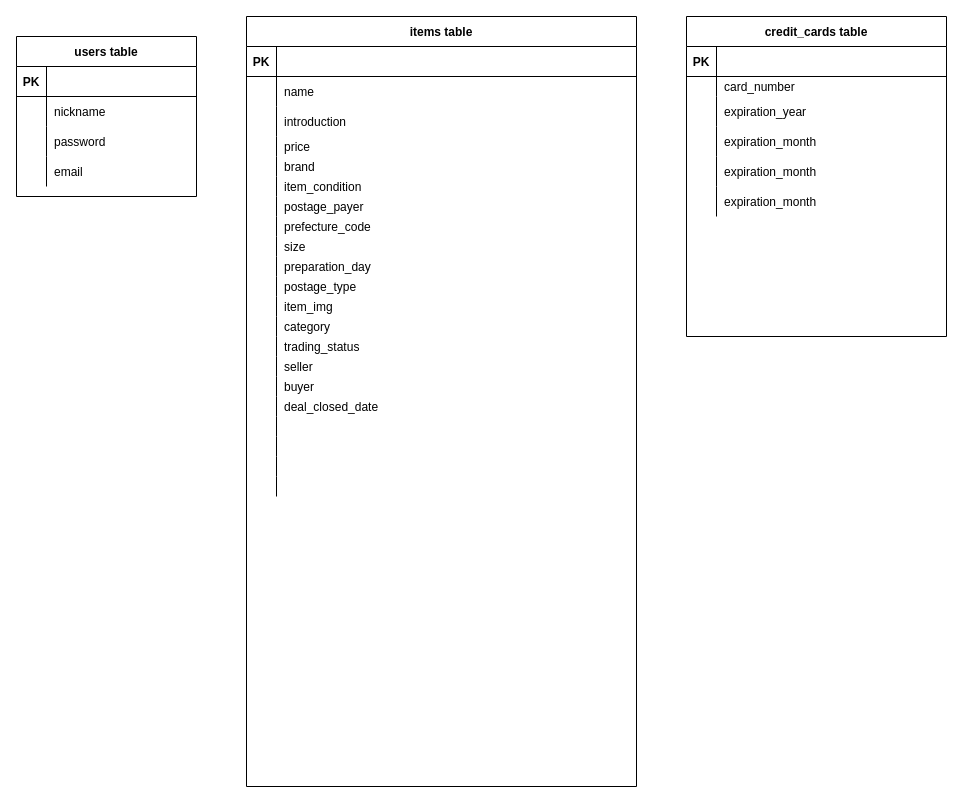
This is table.dio from masayaono/furima-32136, a draw.io file, before an edit. Source tidied: cells renumbered, new cells numbered last; positions are measured from the earlier drawing's top-left corner, leaving out a move shared by most shapes. Both pictures are drawn from the tidied source at 100%, with x=0, y=0 at pixel (16, 16).
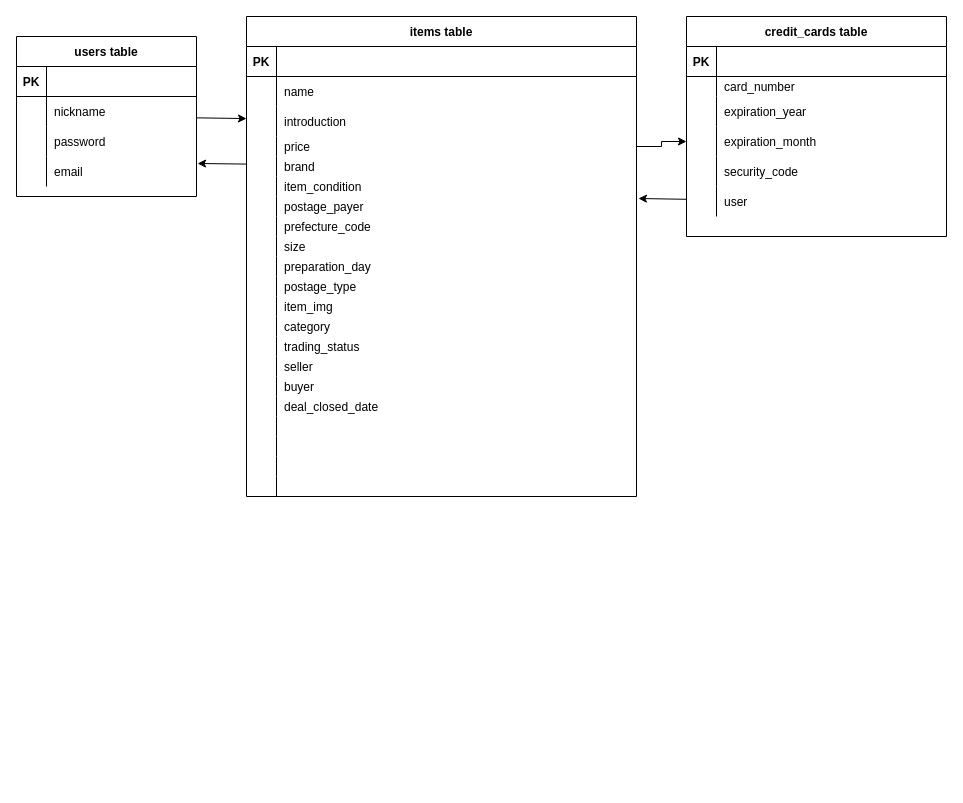
Above is the later version.

The change refers to these unchanged cells:
```xml
<mxCell id="2" value="users table" style="shape=table;startSize=30;childLayout=tableLayout;rowLines=0;fontStyle=1;align=center;" parent="1" vertex="1">
  <mxGeometry y="20" width="180" height="160" as="geometry" />
</mxCell>
<mxCell id="12" style="shape=partialRectangle;fillColor=none;top=0;left=0;bottom=0;right=0;points=[[0,0.5],[1,0.5]];portConstraint=eastwest;" parent="2" vertex="1">
  <mxGeometry y="120" width="180" height="30" as="geometry" />
</mxCell>
<mxCell id="22" style="shape=partialRectangle;fillColor=none;top=0;left=0;bottom=0;right=0;points=[[0,0.5],[1,0.5]];portConstraint=eastwest;" parent="15" vertex="1">
  <mxGeometry y="90" width="390" height="30" as="geometry" />
</mxCell>
<mxCell id="25" style="shape=partialRectangle;fillColor=none;top=0;left=0;bottom=0;right=0;points=[[0,0.5],[1,0.5]];portConstraint=eastwest;" parent="15" vertex="1">
  <mxGeometry y="120" width="390" height="20" as="geometry" />
</mxCell>
<mxCell id="28" style="shape=partialRectangle;fillColor=none;top=0;left=0;bottom=0;right=0;points=[[0,0.5],[1,0.5]];portConstraint=eastwest;" parent="15" vertex="1">
  <mxGeometry y="140" width="390" height="20" as="geometry" />
</mxCell>
<mxCell id="34" style="shape=partialRectangle;fillColor=none;top=0;left=0;bottom=0;right=0;points=[[0,0.5],[1,0.5]];portConstraint=eastwest;" parent="15" vertex="1">
  <mxGeometry y="180" width="390" height="20" as="geometry" />
</mxCell>
<mxCell id="89" style="shape=partialRectangle;fillColor=none;top=0;left=0;bottom=0;right=0;points=[[0,0.5],[1,0.5]];portConstraint=eastwest;" parent="79" vertex="1">
  <mxGeometry y="110" width="260" height="30" as="geometry" />
</mxCell>
<mxCell id="92" style="shape=partialRectangle;fillColor=none;top=0;left=0;bottom=0;right=0;" parent="79" vertex="1">
  <mxGeometry y="140" width="260" height="30" as="geometry" />
</mxCell>
<mxCell id="95" style="shape=partialRectangle;fillColor=none;top=0;left=0;bottom=0;right=0;points=[[0,0.5],[1,0.5]];portConstraint=eastwest;" parent="79" vertex="1">
  <mxGeometry y="170" width="260" height="30" as="geometry" />
</mxCell>
```

What changed in the source:
```diff
@@
+    <mxCell id="98" style="edgeStyle=none;rounded=0;jettySize=auto;html=1;" parent="1" edge="1" source="2" target="22">
+      <mxGeometry relative="1" as="geometry" />
+    </mxCell>
@@
     <mxCell id="15" value="items table" style="shape=table;startSize=30;childLayout=tableLayout;rowLines=0;fontStyle=1;align=center;" parent="1" vertex="1">
-      <mxGeometry x="230" width="390" height="770" as="geometry" />
+      <mxGeometry x="230" width="390" height="480" as="geometry" />
     </mxCell>
@@
     <mxCell id="79" value="credit_cards table" style="shape=table;startSize=30;childLayout=tableLayout;rowLines=0;fontStyle=1;align=center;" parent="1" vertex="1">
-      <mxGeometry x="670" width="260" height="320" as="geometry" />
+      <mxGeometry x="670" width="260" height="220" as="geometry" />
     </mxCell>
@@
-    <mxCell id="94" value="expiration_month" style="shape=partialRectangle;fillColor=none;top=0;left=0;bottom=0;right=0;align=left;spacingLeft=6;overflow=hidden;" parent="92" vertex="1">
+    <mxCell id="94" value="security_code" style="shape=partialRectangle;fillColor=none;top=0;left=0;bottom=0;right=0;align=left;spacingLeft=6;overflow=hidden;" parent="92" vertex="1">
       <mxGeometry x="30" width="230" height="30" as="geometry" />
     </mxCell>
@@
-    <mxCell id="97" value="expiration_month" style="shape=partialRectangle;fillColor=none;top=0;left=0;bottom=0;right=0;align=left;spacingLeft=6;overflow=hidden;" parent="95" vertex="1">
+    <mxCell id="97" value="user" style="shape=partialRectangle;fillColor=none;top=0;left=0;bottom=0;right=0;align=left;spacingLeft=6;overflow=hidden;" parent="95" vertex="1">
       <mxGeometry x="30" width="230" height="30" as="geometry" />
     </mxCell>
+    <mxCell id="99" style="edgeStyle=orthogonalEdgeStyle;rounded=0;jettySize=auto;html=1;entryX=0;entryY=0.5;entryDx=0;entryDy=0;" parent="1" edge="1" source="25" target="89">
+      <mxGeometry relative="1" as="geometry" />
+    </mxCell>
+    <mxCell id="100" style="edgeStyle=none;rounded=0;jettySize=auto;html=1;entryX=1.005;entryY=0.1;entryDx=0;entryDy=0;entryPerimeter=0;" parent="1" edge="1" source="95" target="34">
+      <mxGeometry relative="1" as="geometry" />
+    </mxCell>
+    <mxCell id="101" style="edgeStyle=none;rounded=0;jettySize=auto;html=1;entryX=1.006;entryY=0.233;entryDx=0;entryDy=0;entryPerimeter=0;" parent="1" edge="1" source="28" target="12">
+      <mxGeometry relative="1" as="geometry" />
+    </mxCell>
```
